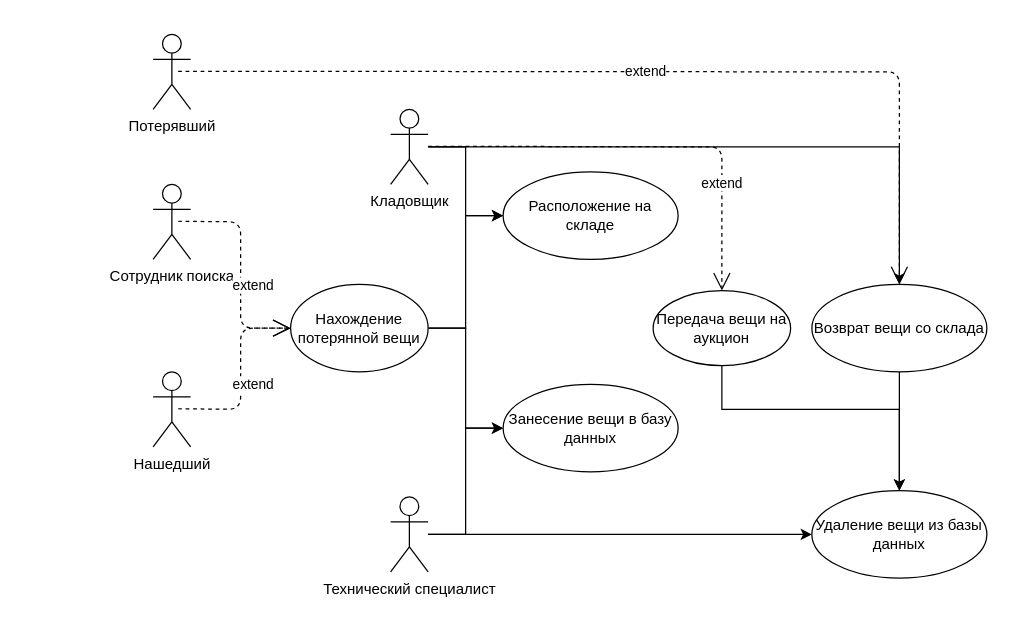
The draw.io diagram ByroUml.drawio in zaxarello/DMS, before the edit. Source tidied: cells renumbered, new cells numbered last; positions are measured from the earlier drawing's top-left corner, leaving out a move shared by most shapes. Both pictures are drawn from the tidied source at 125%, with x=0, y=0 at pixel (152, 34).
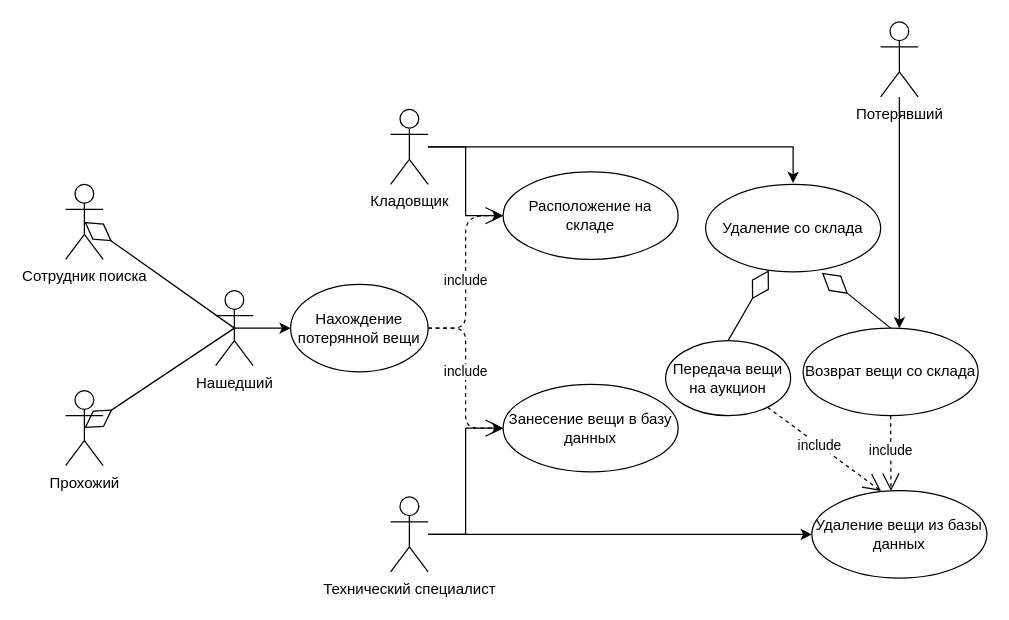
The same page after the edit.

Unchanged cells that the change refers to:
```xml
<mxCell id="4" value="Нахождение потерянной вещи" style="ellipse;whiteSpace=wrap;html=1;" parent="1" vertex="1">
  <mxGeometry x="110" y="200" width="110" height="70" as="geometry" />
</mxCell>
<mxCell id="7" value="Расположение на складе" style="ellipse;whiteSpace=wrap;html=1;" parent="1" vertex="1">
  <mxGeometry x="280" y="110" width="140" height="70" as="geometry" />
</mxCell>
<mxCell id="8" value="Занесение вещи в базу данных" style="ellipse;whiteSpace=wrap;html=1;" parent="1" vertex="1">
  <mxGeometry x="280" y="280" width="140" height="70" as="geometry" />
</mxCell>
<mxCell id="14" value="Кладовщик" style="shape=umlActor;verticalLabelPosition=bottom;verticalAlign=top;html=1;" parent="1" vertex="1">
  <mxGeometry x="190" y="60" width="30" height="60" as="geometry" />
</mxCell>
<mxCell id="21" value="Удаление вещи из базы данных" style="ellipse;whiteSpace=wrap;html=1;" parent="1" vertex="1">
  <mxGeometry x="527" y="365" width="140" height="70" as="geometry" />
</mxCell>
```

What changed in the source:
```diff
@@
-    <mxCell id="2" style="edgeStyle=orthogonalEdgeStyle;rounded=0;jettySize=auto;html=1;entryX=0;entryY=0.5;entryDx=0;entryDy=0;" parent="1" edge="1" source="4" target="8">
-      <mxGeometry relative="1" as="geometry" />
-    </mxCell>
-    <mxCell id="3" style="edgeStyle=orthogonalEdgeStyle;rounded=0;jettySize=auto;html=1;entryX=0;entryY=0.5;entryDx=0;entryDy=0;" parent="1" edge="1" source="4" target="7">
-      <mxGeometry relative="1" as="geometry" />
-    </mxCell>
@@
+    <mxCell id="25" style="edgeStyle=orthogonalEdgeStyle;rounded=0;jettySize=auto;html=1;" parent="1" edge="1" source="5" target="16">
+      <mxGeometry relative="1" as="geometry">
+        <Array as="points">
+          <mxPoint x="597" y="190" />
+          <mxPoint x="597" y="190" />
+        </Array>
+      </mxGeometry>
+    </mxCell>
     <mxCell id="5" value="Потерявший" style="shape=umlActor;verticalLabelPosition=bottom;verticalAlign=top;html=1;" parent="1" vertex="1">
-      <mxGeometry width="30" height="60" as="geometry" />
+      <mxGeometry x="582" y="-10" width="30" height="60" as="geometry" />
     </mxCell>
     <mxCell id="6" value="Сотрудник поиска" style="shape=umlActor;verticalLabelPosition=bottom;verticalAlign=top;html=1;" parent="1" vertex="1">
-      <mxGeometry y="120" width="30" height="60" as="geometry" />
+      <mxGeometry x="-70" y="120" width="30" height="60" as="geometry" />
     </mxCell>
@@
-    <mxCell id="13" style="edgeStyle=orthogonalEdgeStyle;rounded=0;jettySize=auto;html=1;entryX=0.5;entryY=0;entryDx=0;entryDy=0;" parent="1" edge="1" source="14" target="16">
-      <mxGeometry relative="1" as="geometry" />
-    </mxCell>
+    <mxCell id="26" style="edgeStyle=orthogonalEdgeStyle;rounded=0;jettySize=auto;html=1;" parent="1" edge="1" source="14">
+      <mxGeometry relative="1" as="geometry">
+        <mxPoint x="512" y="119" as="targetPoint" />
+        <Array as="points">
+          <mxPoint x="512" y="90" />
+          <mxPoint x="512" y="119" />
+        </Array>
+      </mxGeometry>
+    </mxCell>
@@
-    <mxCell id="15" style="edgeStyle=orthogonalEdgeStyle;rounded=0;jettySize=auto;html=1;" parent="1" edge="1" source="16" target="21">
-      <mxGeometry relative="1" as="geometry" />
-    </mxCell>
     <mxCell id="16" value="Возврат вещи со склада" style="ellipse;whiteSpace=wrap;html=1;" parent="1" vertex="1">
-      <mxGeometry x="527" y="200" width="140" height="70" as="geometry" />
+      <mxGeometry x="520" y="235" width="140" height="70" as="geometry" />
     </mxCell>
-    <mxCell id="17" value="Нашедший" style="shape=umlActor;verticalLabelPosition=bottom;verticalAlign=top;html=1;" parent="1" vertex="1">
-      <mxGeometry y="270" width="30" height="60" as="geometry" />
+    <mxCell id="17" value="Прохожий" style="shape=umlActor;verticalLabelPosition=bottom;verticalAlign=top;html=1;" parent="1" vertex="1">
+      <mxGeometry x="-70" y="285" width="30" height="60" as="geometry" />
     </mxCell>
-    <mxCell id="18" value="extend" style="endArrow=open;endSize=12;dashed=1;html=1;entryX=0;entryY=0.5;entryDx=0;entryDy=0;" parent="1" edge="1" target="4">
-      <mxGeometry x="0.15" y="10" relative="1" as="geometry">
-        <mxPoint x="20" y="149.5" as="sourcePoint" />
-        <Array as="points">
-          <mxPoint x="70" y="150" />
-          <mxPoint x="70" y="180" />
-          <mxPoint x="70" y="235" />
-        </Array>
-      </mxGeometry>
-    </mxCell>
-    <mxCell id="19" value="extend" style="endArrow=open;endSize=12;dashed=1;html=1;entryX=0;entryY=0.5;entryDx=0;entryDy=0;" parent="1" edge="1" target="4">
-      <mxGeometry x="-0.1" y="-10" relative="1" as="geometry">
-        <mxPoint x="20" y="299.5" as="sourcePoint" />
-        <Array as="points">
-          <mxPoint x="70" y="300" />
-          <mxPoint x="70" y="235" />
-        </Array>
-      </mxGeometry>
-    </mxCell>
-    <mxCell id="20" value="extend" style="endArrow=open;endSize=12;dashed=1;html=1;entryX=0.5;entryY=0;entryDx=0;entryDy=0;" parent="1" edge="1" target="16">
-      <mxGeometry relative="1" as="geometry">
-        <mxPoint x="20" y="29.5" as="sourcePoint" />
-        <Array as="points">
-          <mxPoint x="560" y="30" />
-          <mxPoint x="597" y="30" />
-        </Array>
-      </mxGeometry>
-    </mxCell>
@@
+    <mxCell id="23" value="Передача вещи на аукцион" style="ellipse;whiteSpace=wrap;html=1;" parent="1" vertex="1">
+      <mxGeometry x="410" y="245" width="100" height="60" as="geometry" />
+    </mxCell>
+    <mxCell id="27" style="edgeStyle=orthogonalEdgeStyle;rounded=0;jettySize=auto;html=1;exitX=0.5;exitY=0.5;exitDx=0;exitDy=0;exitPerimeter=0;" parent="1" edge="1" source="28" target="4">
+      <mxGeometry relative="1" as="geometry" />
+    </mxCell>
+    <mxCell id="28" value="Нашедший" style="shape=umlActor;verticalLabelPosition=bottom;verticalAlign=top;html=1;outlineConnect=0;" parent="1" vertex="1">
+      <mxGeometry x="50" y="205" width="30" height="60" as="geometry" />
+    </mxCell>
+    <mxCell id="29" style="endArrow=diamondThin;endFill=0;endSize=24;html=1;exitX=0.5;exitY=0.5;exitDx=0;exitDy=0;exitPerimeter=0;entryX=0.5;entryY=0.5;entryDx=0;entryDy=0;entryPerimeter=0;" parent="1" edge="1" source="28" target="6">
+      <mxGeometry relative="1" as="geometry" />
+    </mxCell>
+    <mxCell id="30" style="endArrow=diamondThin;endFill=0;endSize=24;html=1;exitX=0.5;exitY=0.5;exitDx=0;exitDy=0;exitPerimeter=0;entryX=0.5;entryY=0.5;entryDx=0;entryDy=0;entryPerimeter=0;" parent="1" edge="1" source="28" target="17">
+      <mxGeometry relative="1" as="geometry" />
+    </mxCell>
+    <mxCell id="2" value="include" style="endArrow=open;endSize=12;dashed=1;html=1;exitX=1;exitY=0.5;exitDx=0;exitDy=0;entryX=0;entryY=0.5;entryDx=0;entryDy=0;" parent="1" edge="1" source="4" target="8">
+      <mxGeometry x="-0.07" relative="1" as="geometry">
+        <Array as="points">
+          <mxPoint x="250" y="235" />
+          <mxPoint x="250" y="315" />
+        </Array>
+      </mxGeometry>
+    </mxCell>
+    <mxCell id="3" value="include" style="endArrow=open;endSize=12;dashed=1;html=1;exitX=1;exitY=0.5;exitDx=0;exitDy=0;entryX=0;entryY=0.5;entryDx=0;entryDy=0;" parent="1" edge="1" source="4" target="7">
+      <mxGeometry x="-0.07" relative="1" as="geometry">
+        <Array as="points">
+          <mxPoint x="250" y="235" />
+          <mxPoint x="250" y="150" />
+          <mxPoint x="260" y="145" />
+        </Array>
+      </mxGeometry>
+    </mxCell>
-    <mxCell id="22" style="edgeStyle=orthogonalEdgeStyle;rounded=0;jettySize=auto;html=1;entryX=0.5;entryY=0;entryDx=0;entryDy=0;" parent="1" edge="1" source="23" target="21">
-      <mxGeometry relative="1" as="geometry">
-        <Array as="points">
-          <mxPoint x="455" y="300" />
-          <mxPoint x="597" y="300" />
-        </Array>
-      </mxGeometry>
+    <mxCell id="22" value="include" style="endArrow=open;endSize=12;dashed=1;html=1;entryX=0.395;entryY=0.005;entryDx=0;entryDy=0;entryPerimeter=0;" parent="1" edge="1" source="23" target="21">
+      <mxGeometry x="-0.07" relative="1" as="geometry" />
     </mxCell>
-    <mxCell id="23" value="Передача вещи на аукцион" style="ellipse;whiteSpace=wrap;html=1;" parent="1" vertex="1">
-      <mxGeometry x="400" y="205" width="110" height="60" as="geometry" />
-    </mxCell>
-    <mxCell id="24" value="extend" style="endArrow=open;endSize=12;dashed=1;html=1;entryX=0.5;entryY=0;entryDx=0;entryDy=0;" parent="1" edge="1" target="23">
-      <mxGeometry x="0.51" relative="1" as="geometry">
-        <mxPoint x="220" y="89.5" as="sourcePoint" />
-        <Array as="points">
-          <mxPoint x="455" y="90" />
-        </Array>
-      </mxGeometry>
-    </mxCell>
+    <mxCell id="15" value="include" style="endArrow=open;endSize=12;dashed=1;html=1;entryX=0.452;entryY=0.005;entryDx=0;entryDy=0;entryPerimeter=0;exitX=0.5;exitY=1;exitDx=0;exitDy=0;" parent="1" edge="1" source="16" target="21">
+      <mxGeometry x="-0.07" relative="1" as="geometry" />
+    </mxCell>
+    <mxCell id="31" value="Удаление со склада" style="ellipse;whiteSpace=wrap;html=1;" parent="1" vertex="1">
+      <mxGeometry x="442" y="120" width="140" height="70" as="geometry" />
+    </mxCell>
+    <mxCell id="32" style="endArrow=diamondThin;endFill=0;endSize=24;html=1;exitX=0.5;exitY=0;exitDx=0;exitDy=0;" parent="1" edge="1" source="23" target="31">
+      <mxGeometry relative="1" as="geometry" />
+    </mxCell>
+    <mxCell id="33" style="endArrow=diamondThin;endFill=0;endSize=24;html=1;exitX=0.5;exitY=0;exitDx=0;exitDy=0;entryX=0.664;entryY=1.01;entryDx=0;entryDy=0;entryPerimeter=0;" parent="1" edge="1" source="16" target="31">
+      <mxGeometry relative="1" as="geometry" />
+    </mxCell>
```
